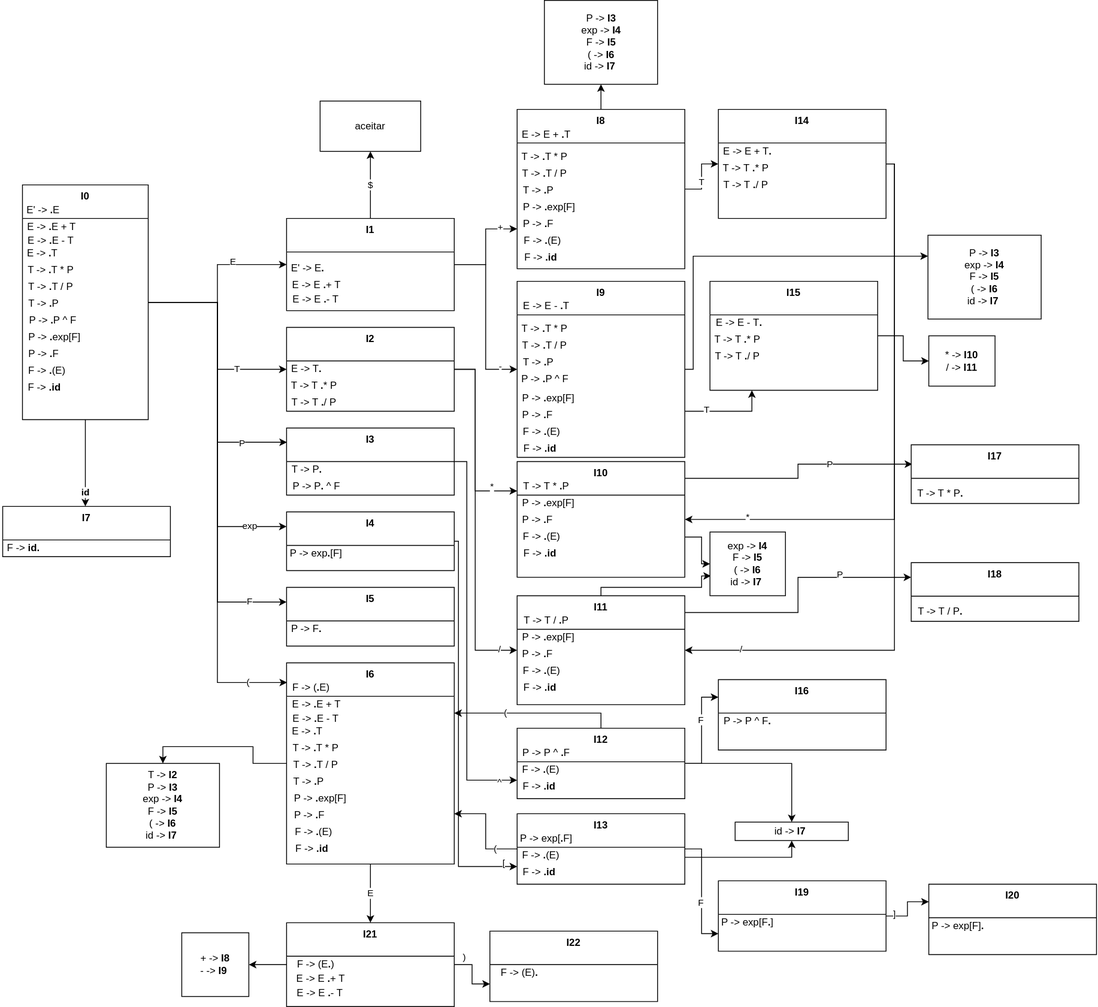
The draw.io diagram syntatic/Syntatic_Automata.svg in SousaPedroso/interpreter, before a commit. Source tidied: cells renumbered, new cells last; positions are measured from the earlier drawing's top-left corner, leaving out a move shared by most shapes.
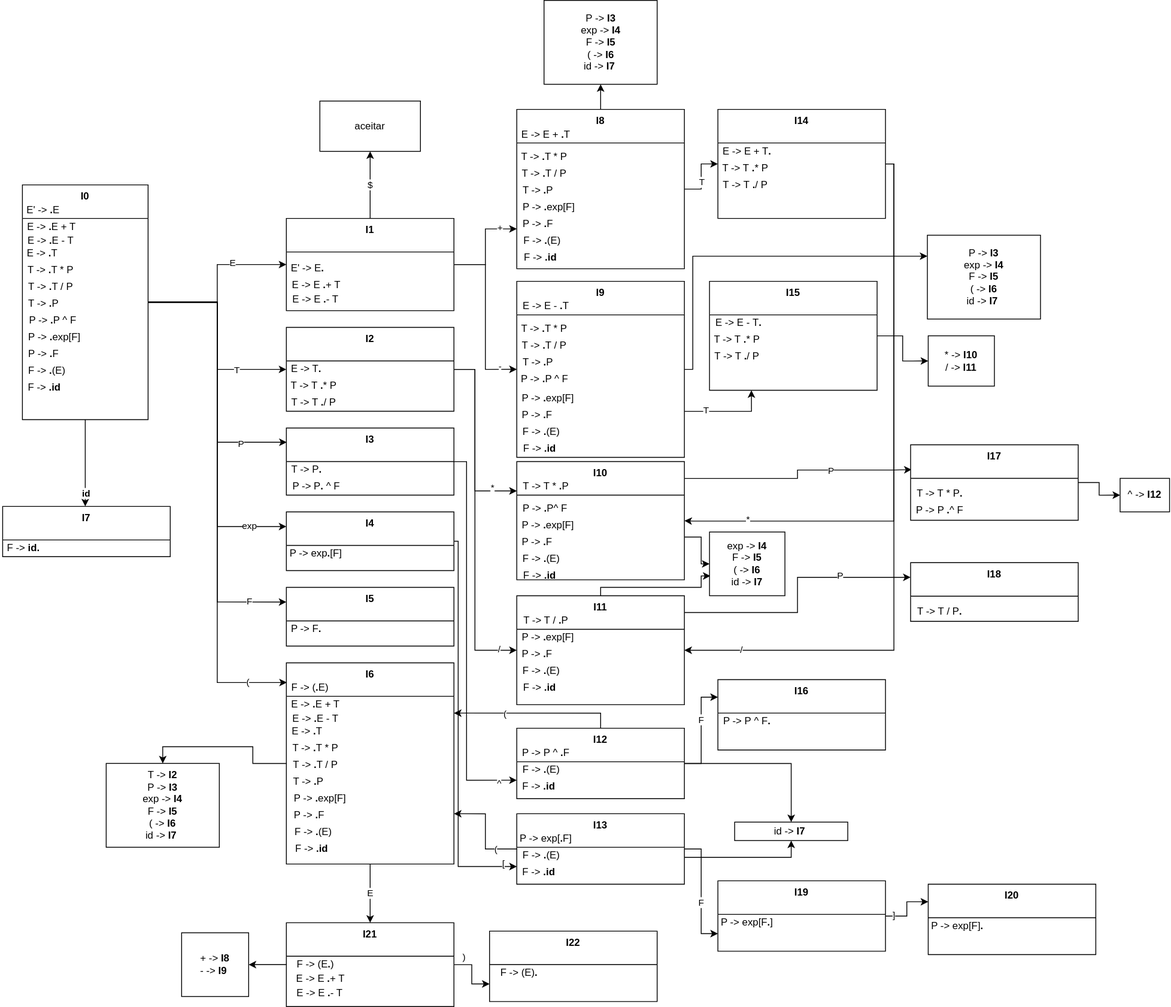
After the commit.

Change to the diagram source:
```diff
@@ -339,7 +339,8 @@
       <mxGeometry relative="1" as="geometry">
         <Array as="points">
           <mxPoint x="951" y="570" />
-          <mxPoint x="951" y="553" />
+          <mxPoint x="951" y="560" />
+          <mxPoint x="1066" y="560" />
         </Array>
       </mxGeometry>
     </mxCell>
@@ -355,23 +356,26 @@
       </mxGeometry>
     </mxCell>
     <mxCell id="99" value="I10&#10;" style="swimlane;startSize=40;fontStyle=1;" parent="1" vertex="1">
-      <mxGeometry x="616" y="550" width="200" height="138" as="geometry" />
+      <mxGeometry x="616" y="550" width="200" height="141" as="geometry" />
     </mxCell>
     <mxCell id="100" value="&lt;span style=&quot;font-weight: normal;&quot;&gt;T -&amp;gt; T&lt;/span&gt;&lt;span style=&quot;font-weight: normal;&quot;&gt;&amp;nbsp;*&amp;nbsp;&lt;/span&gt;.&lt;span style=&quot;font-weight: 400;&quot;&gt;P&lt;/span&gt;" style="text;html=1;strokeColor=none;fillColor=none;align=center;verticalAlign=middle;whiteSpace=wrap;rounded=0;fontStyle=1;" parent="99" vertex="1">
       <mxGeometry y="20" width="70" height="20" as="geometry" />
     </mxCell>
     <mxCell id="101" value="&lt;span style=&quot;font-weight: normal;&quot;&gt;P -&amp;gt; &lt;/span&gt;.&lt;span style=&quot;font-weight: 400;&quot;&gt;exp[F]&lt;/span&gt;" style="text;html=1;strokeColor=none;fillColor=none;align=center;verticalAlign=middle;whiteSpace=wrap;rounded=0;fontStyle=1;" parent="99" vertex="1">
-      <mxGeometry x="4" y="40" width="67" height="20" as="geometry" />
+      <mxGeometry x="4" y="66" width="67" height="20" as="geometry" />
     </mxCell>
     <mxCell id="102" value="&lt;span style=&quot;font-weight: normal;&quot;&gt;P -&amp;gt; &lt;/span&gt;.&lt;span style=&quot;font-weight: 400;&quot;&gt;F&lt;/span&gt;" style="text;html=1;strokeColor=none;fillColor=none;align=center;verticalAlign=middle;whiteSpace=wrap;rounded=0;fontStyle=1;" parent="99" vertex="1">
-      <mxGeometry x="4" y="60" width="40.5" height="20" as="geometry" />
+      <mxGeometry x="4" y="86" width="40.5" height="20" as="geometry" />
     </mxCell>
     <mxCell id="103" value="&lt;span style=&quot;font-weight: normal;&quot;&gt;F -&amp;gt; &lt;/span&gt;.&lt;span style=&quot;font-weight: 400;&quot;&gt;(E)&lt;/span&gt;" style="text;html=1;strokeColor=none;fillColor=none;align=center;verticalAlign=middle;whiteSpace=wrap;rounded=0;fontStyle=1;" parent="99" vertex="1">
-      <mxGeometry x="2" y="80" width="54.8" height="20" as="geometry" />
+      <mxGeometry x="2" y="106" width="54.8" height="20" as="geometry" />
     </mxCell>
     <mxCell id="104" value="&lt;span style=&quot;font-weight: normal;&quot;&gt;F -&amp;gt; &lt;/span&gt;.id" style="text;html=1;strokeColor=none;fillColor=none;align=center;verticalAlign=middle;whiteSpace=wrap;rounded=0;fontStyle=1;" parent="99" vertex="1">
-      <mxGeometry y="100" width="54.8" height="20" as="geometry" />
+      <mxGeometry y="126" width="54.8" height="20" as="geometry" />
     </mxCell>
+    <mxCell id="177" value="&lt;span style=&quot;font-weight: normal;&quot;&gt;P -&amp;gt; &lt;/span&gt;.&lt;span style=&quot;font-weight: normal;&quot;&gt;P&lt;/span&gt;&lt;span style=&quot;font-weight: normal;&quot;&gt;^ F&lt;/span&gt;" style="text;html=1;strokeColor=none;fillColor=none;align=center;verticalAlign=middle;whiteSpace=wrap;rounded=0;fontStyle=1;" parent="99" vertex="1">
+      <mxGeometry x="4" y="46" width="60" height="20" as="geometry" />
+    </mxCell>
     <mxCell id="105" value="/" style="edgeLabel;html=1;align=center;verticalAlign=middle;" parent="1" vertex="1">
       <mxGeometry x="595.5" y="740.5" as="geometry">
         <mxPoint x="-1" y="33" as="offset" />
@@ -489,7 +493,8 @@
       <mxGeometry relative="1" as="geometry">
         <Array as="points">
           <mxPoint x="1066" y="195" />
-          <mxPoint x="1066" y="619" />
+          <mxPoint x="1066" y="621" />
+          <mxPoint x="826" y="621" />
         </Array>
       </mxGeometry>
     </mxCell>
@@ -557,15 +562,21 @@
     <mxCell id="154" value="&lt;span style=&quot;font-weight: normal;&quot;&gt;T -&amp;gt; T&lt;/span&gt;&lt;span style=&quot;font-weight: normal;&quot;&gt;&amp;nbsp;/&amp;nbsp;&lt;/span&gt;&lt;span style=&quot;font-weight: 400;&quot;&gt;P&lt;/span&gt;." style="text;html=1;strokeColor=none;fillColor=none;align=center;verticalAlign=middle;whiteSpace=wrap;rounded=0;fontStyle=1;" parent="153" vertex="1">
       <mxGeometry y="48" width="70" height="20" as="geometry" />
     </mxCell>
-    <mxCell id="155" value="exp -&amp;gt; &lt;b&gt;I4&lt;/b&gt;&lt;br&gt;F -&amp;gt; &lt;b&gt;I5&lt;/b&gt;&lt;br&gt;( -&amp;gt; &lt;b&gt;I6&lt;/b&gt;&lt;br&gt;id -&amp;gt; &lt;b&gt;I7&lt;/b&gt;&amp;nbsp;" style="rounded=0;whiteSpace=wrap;html=1;" parent="1" vertex="1">
+    <mxCell id="155" value="exp -&amp;gt; &lt;b&gt;I4&lt;/b&gt;&lt;br&gt;F -&amp;gt; &lt;b&gt;I5&lt;/b&gt;&lt;br&gt;( -&amp;gt; &lt;b&gt;I6&lt;/b&gt;&lt;br&gt;id -&amp;gt; &lt;b&gt;I7&lt;/b&gt;" style="rounded=0;whiteSpace=wrap;html=1;" parent="1" vertex="1">
       <mxGeometry x="846" y="634" width="90" height="76" as="geometry" />
     </mxCell>
+    <mxCell id="178" style="edgeStyle=orthogonalEdgeStyle;rounded=0;jettySize=auto;html=1;entryX=0;entryY=0.5;entryDx=0;entryDy=0;" parent="1" edge="1" source="156" target="180">
+      <mxGeometry relative="1" as="geometry" />
+    </mxCell>
     <mxCell id="156" value="I17&#10;" style="swimlane;startSize=40;fontStyle=1;" parent="1" vertex="1">
-      <mxGeometry x="1086" y="530" width="200" height="70" as="geometry" />
+      <mxGeometry x="1086" y="530" width="200" height="90" as="geometry" />
     </mxCell>
     <mxCell id="157" value="&lt;span style=&quot;font-weight: normal;&quot;&gt;T -&amp;gt; T&lt;/span&gt;&lt;span style=&quot;font-weight: normal;&quot;&gt;&amp;nbsp;*&amp;nbsp;&lt;/span&gt;&lt;span style=&quot;font-weight: 400;&quot;&gt;P&lt;/span&gt;." style="text;html=1;strokeColor=none;fillColor=none;align=center;verticalAlign=middle;whiteSpace=wrap;rounded=0;fontStyle=1;" parent="156" vertex="1">
       <mxGeometry y="48" width="70" height="20" as="geometry" />
     </mxCell>
+    <mxCell id="179" value="&lt;span style=&quot;font-weight: normal;&quot;&gt;P -&amp;gt; &lt;/span&gt;&lt;span style=&quot;font-weight: normal;&quot;&gt;P &lt;/span&gt;.&lt;span style=&quot;font-weight: normal;&quot;&gt;^ F&lt;/span&gt;" style="text;html=1;strokeColor=none;fillColor=none;align=center;verticalAlign=middle;whiteSpace=wrap;rounded=0;fontStyle=1;" parent="156" vertex="1">
+      <mxGeometry x="5" y="68" width="60" height="20" as="geometry" />
+    </mxCell>
     <mxCell id="158" value="* -&amp;gt; &lt;b&gt;I10&lt;/b&gt;&lt;br&gt;/ -&amp;gt; &lt;b&gt;I11&lt;/b&gt;" style="rounded=0;whiteSpace=wrap;html=1;" parent="1" vertex="1">
       <mxGeometry x="1107" y="400" width="79" height="60" as="geometry" />
     </mxCell>
@@ -627,5 +638,8 @@
     <mxCell id="176" value="aceitar" style="text;html=1;strokeColor=none;fillColor=none;align=center;verticalAlign=middle;whiteSpace=wrap;rounded=0;" parent="1" vertex="1">
       <mxGeometry x="411" y="135" width="60" height="30" as="geometry" />
     </mxCell>
+    <mxCell id="180" value="^ -&amp;gt; &lt;b&gt;I12&lt;/b&gt;" style="rounded=0;whiteSpace=wrap;html=1;" parent="1" vertex="1">
+      <mxGeometry x="1336" y="570" width="59" height="40" as="geometry" />
+    </mxCell>
   </root>
 </mxGraphModel>
```
